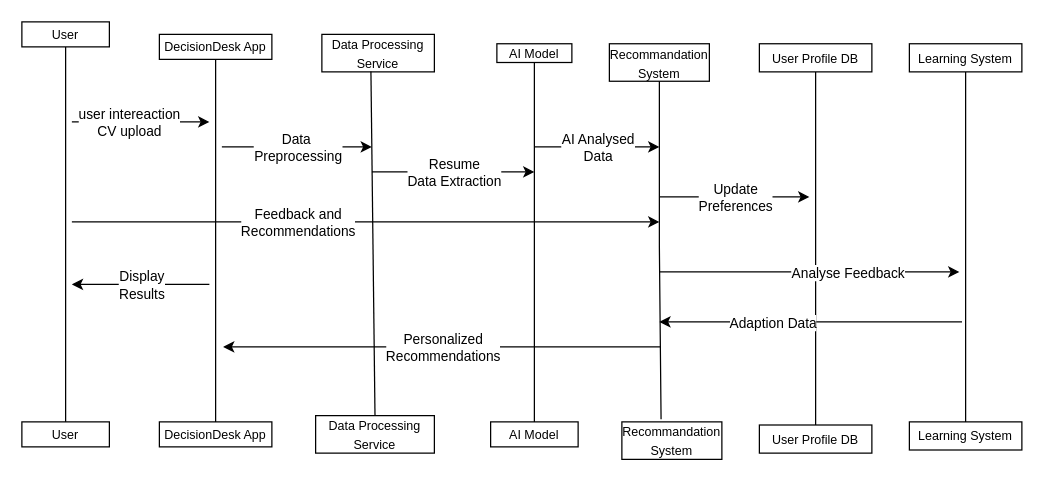
Before: Untitled Diagram.drawio in Utkarsh281308/check50, a draw.io diagram. Source tidied: cells renumbered, new cells numbered last; positions are measured from the earlier drawing's top-left corner, leaving out a move shared by most shapes. Both pictures are drawn from the tidied source at 125%, with x=0, y=0 at pixel (21, 21).
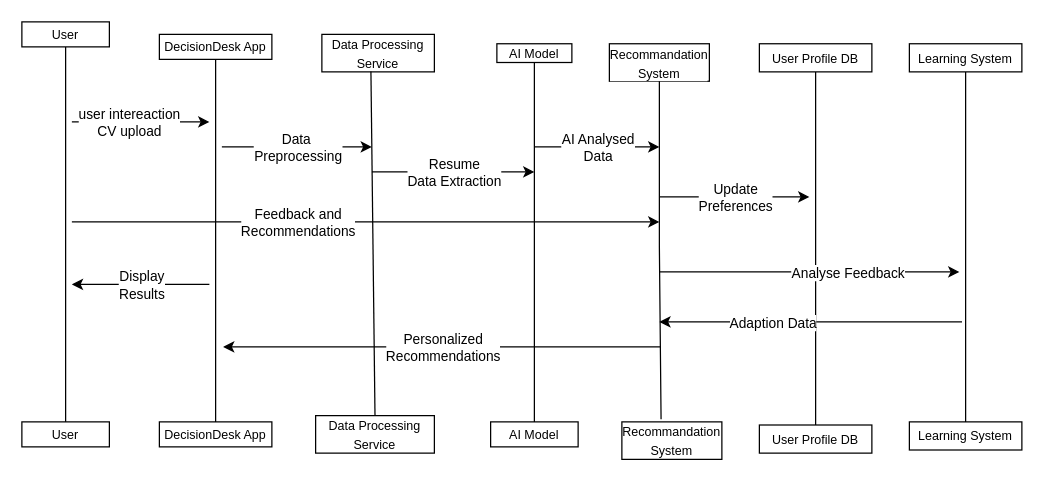
After the change.

What changed in the source:
```diff
@@
-    <mxCell id="15" value="&lt;font style=&quot;font-size: 10px;&quot;&gt;Recommandation System&lt;/font&gt;" style="rounded=0;whiteSpace=wrap;html=1;" parent="1" vertex="1">
+    <mxCell id="15" value="&lt;font style=&quot;font-size: 10px;&quot;&gt;Recommandation System&lt;/font&gt;" style="rounded=0;whiteSpace=wrap;html=1;labelBackgroundColor=default;" parent="1" vertex="1">
       <mxGeometry x="470" y="17.5" width="80" height="30" as="geometry" />
     </mxCell>
```
